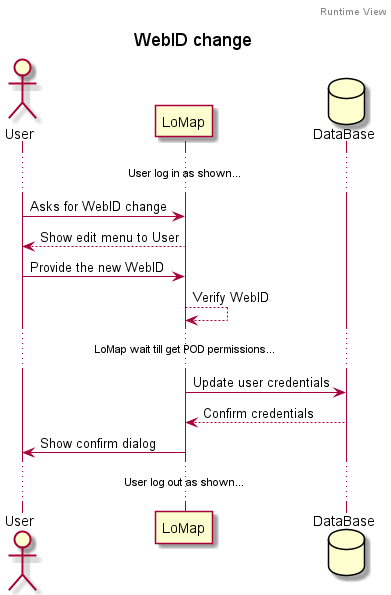
Arquisoft/lomap_es2c keeps this PlantUML diagram as images/Sequence diagram.png. Above is the earlier version.
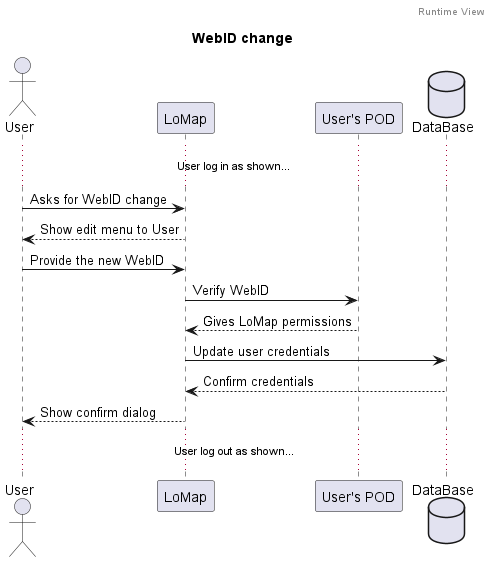
After the commit.

What changed in the source:
```diff
@@ -3,6 +3,7 @@
 title WebID change
 Actor User
 Participant LoMap
+Participant POD as "User's POD"
 Database DataBase as "DataBase"
 
 ...User log in as shown......
@@ -10,14 +11,13 @@
 User -> LoMap: Asks for WebID change
 User <-- LoMap: Show edit menu to User
 User -> LoMap: Provide the new WebID
-LoMap --> LoMap: Verify WebID
-
-...LoMap wait till get POD permissions......
+LoMap -> POD: Verify WebID
+LoMap <-- POD: Gives LoMap permissions
 
 LoMap -> DataBase: Update user credentials
 LoMap <-- DataBase: Confirm credentials
 
-LoMap -> User: Show confirm dialog
+LoMap --> User: Show confirm dialog
 
 ...User log out as shown......
 @enduml
```
